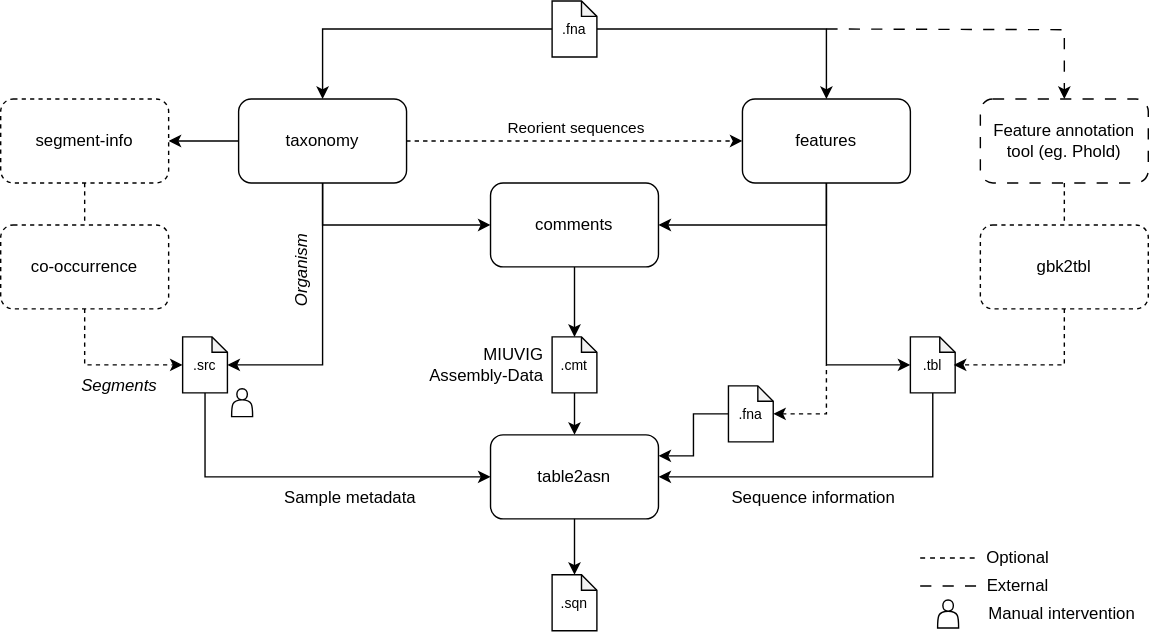
Before: docs/_static/suvtk_diagram_light.svg, a diagram exported from draw.io (UriNeri/suvtk). Source tidied: cells renumbered, new cells last; positions are measured from the earlier drawing's top-left corner, leaving out a move shared by most shapes.
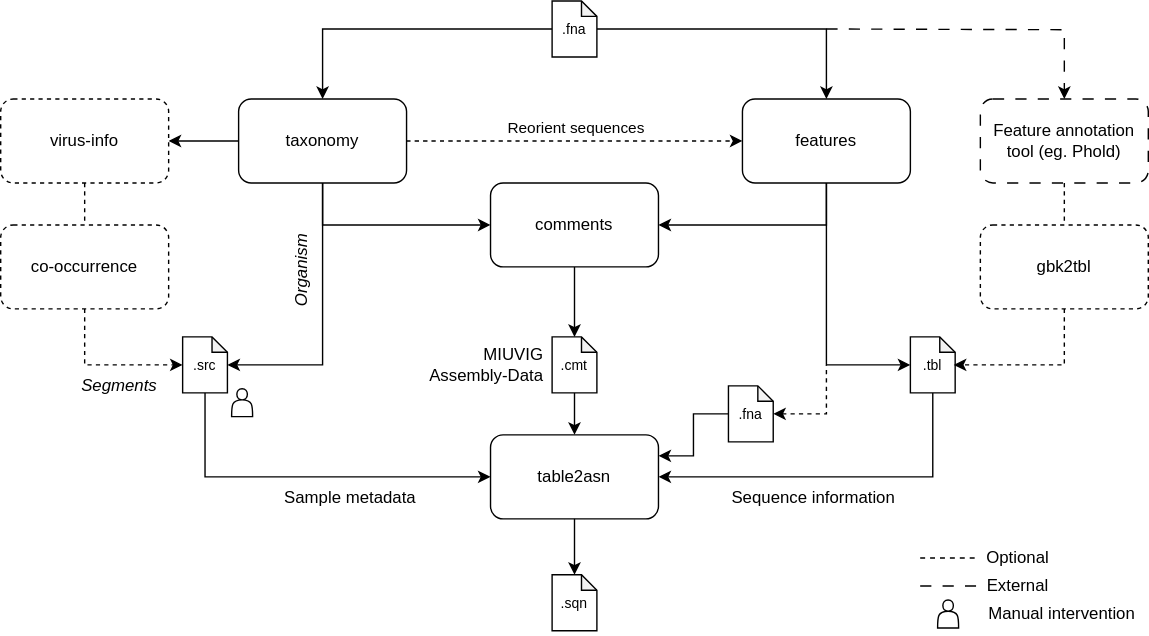
After the change.

Commit message:
refactor: update imports and replace segment_info with virus_info in taxonomy processing

Diff of the diagram source:
```diff
@@ -33,7 +33,7 @@
     <mxCell id="10" value="comments" style="rounded=1;whiteSpace=wrap;html=1;" parent="1" vertex="1">
       <mxGeometry x="350" y="130" width="120" height="60" as="geometry" />
     </mxCell>
-    <mxCell id="11" value="segment-info" style="rounded=1;whiteSpace=wrap;html=1;dashed=1;" parent="1" vertex="1">
+    <mxCell id="11" value="virus-info" style="rounded=1;whiteSpace=wrap;html=1;dashed=1;" parent="1" vertex="1">
       <mxGeometry y="70" width="120" height="60" as="geometry" />
     </mxCell>
     <mxCell id="12" style="edgeStyle=orthogonalEdgeStyle;rounded=0;orthogonalLoop=1;jettySize=auto;html=1;" parent="1" edge="1">
```
